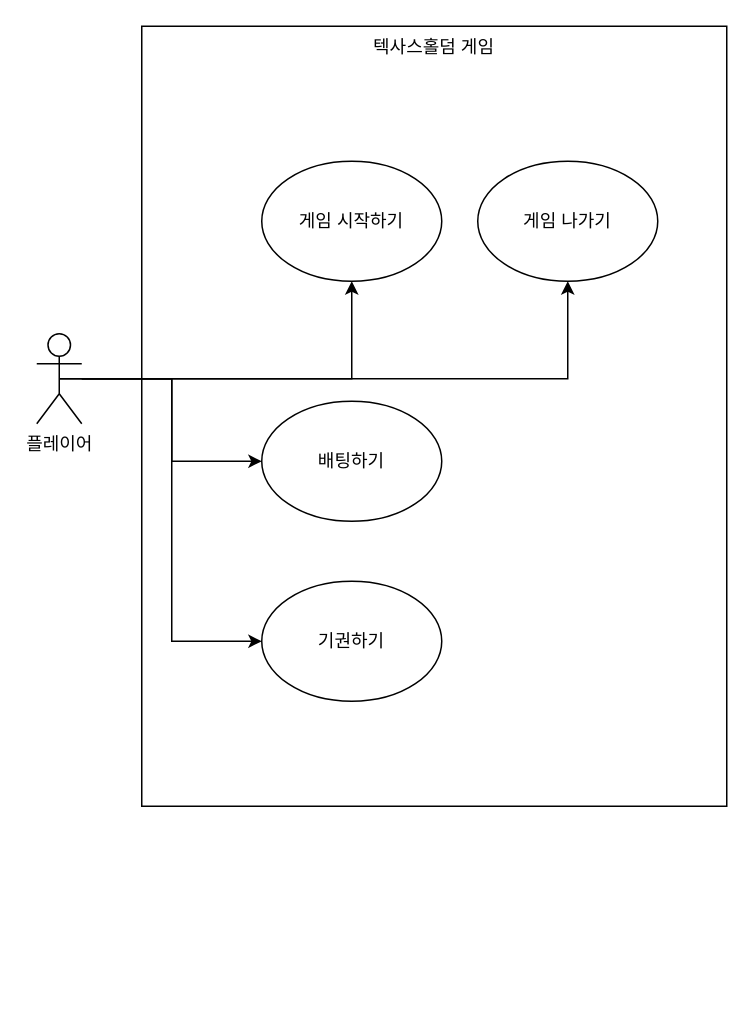
Above: Untitled Diagram.drawio in seonmin8284/Poker (draw.io), before the change. Source tidied: cells renumbered, new cells numbered last; positions are measured from the earlier drawing's top-left corner, leaving out a move shared by most shapes. Both pictures are drawn from the tidied source at 150%, with x=0, y=0 at pixel (36, 26).
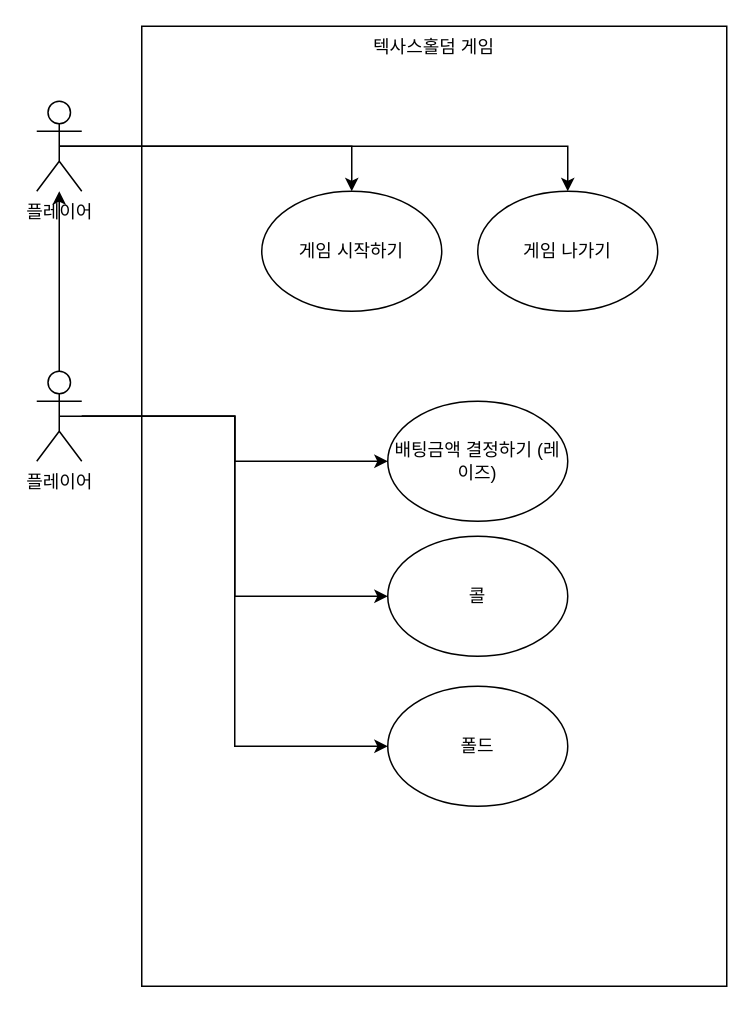
The same diagram, later.

Change to the diagram source:
```diff
@@
 <mxGraphModel>
   <root>
     <mxCell id="0" />
     <mxCell id="1" parent="0" />
     <mxCell id="2" value="텍사스홀덤 게임" style="rounded=0;whiteSpace=wrap;html=1;verticalAlign=top;" parent="1" vertex="1">
-      <mxGeometry x="70" width="390" height="520" as="geometry" />
+      <mxGeometry x="70" width="390" height="640" as="geometry" />
     </mxCell>
-    <mxCell id="3" style="edgeStyle=orthogonalEdgeStyle;rounded=0;jettySize=auto;html=1;exitX=0.5;exitY=0.5;exitDx=0;exitDy=0;exitPerimeter=0;" parent="1" edge="1" source="6" target="11">
-      <mxGeometry relative="1" as="geometry" />
+    <mxCell id="3" style="edgeStyle=orthogonalEdgeStyle;rounded=0;jettySize=auto;html=1;exitX=0.5;exitY=0.5;exitDx=0;exitDy=0;exitPerimeter=0;" parent="1" edge="1" source="15" target="11">
+      <mxGeometry relative="1" as="geometry">
+        <Array as="points">
+          <mxPoint x="354" y="80" />
+        </Array>
+      </mxGeometry>
     </mxCell>
     <mxCell id="4" style="edgeStyle=orthogonalEdgeStyle;rounded=0;jettySize=auto;html=1;entryX=0;entryY=0.5;entryDx=0;entryDy=0;" parent="1" edge="1" source="6" target="9">
       <mxGeometry relative="1" as="geometry" />
     </mxCell>
     <mxCell id="5" style="edgeStyle=orthogonalEdgeStyle;rounded=0;jettySize=auto;html=1;entryX=0;entryY=0.5;entryDx=0;entryDy=0;" parent="1" edge="1" source="6" target="10">
       <mxGeometry relative="1" as="geometry" />
     </mxCell>
+    <mxCell id="12" style="edgeStyle=orthogonalEdgeStyle;rounded=0;jettySize=auto;html=1;exitX=0.5;exitY=0.5;exitDx=0;exitDy=0;exitPerimeter=0;entryX=0;entryY=0.5;entryDx=0;entryDy=0;" parent="1" edge="1" source="6" target="14">
+      <mxGeometry relative="1" as="geometry" />
+    </mxCell>
+    <mxCell id="13" style="edgeStyle=orthogonalEdgeStyle;rounded=0;jettySize=auto;html=1;exitX=0.5;exitY=0;exitDx=0;exitDy=0;exitPerimeter=0;" parent="1" edge="1" source="6" target="15">
+      <mxGeometry relative="1" as="geometry" />
+    </mxCell>
     <mxCell id="6" value="플레이어" style="shape=umlActor;verticalLabelPosition=bottom;verticalAlign=top;html=1;outlineConnect=0;" parent="1" vertex="1">
-      <mxGeometry y="205" width="30" height="60" as="geometry" />
+      <mxGeometry y="230" width="30" height="60" as="geometry" />
     </mxCell>
-    <mxCell id="7" style="edgeStyle=orthogonalEdgeStyle;rounded=0;jettySize=auto;html=1;endArrow=classic;endFill=1;exitX=0.5;exitY=0.5;exitDx=0;exitDy=0;exitPerimeter=0;" parent="1" edge="1" source="6" target="8">
+    <mxCell id="7" style="edgeStyle=orthogonalEdgeStyle;rounded=0;jettySize=auto;html=1;endArrow=classic;endFill=1;exitX=0.5;exitY=0.5;exitDx=0;exitDy=0;exitPerimeter=0;" parent="1" edge="1" source="15" target="8">
       <mxGeometry relative="1" as="geometry">
         <Array as="points">
-          <mxPoint x="210" y="235" />
+          <mxPoint x="210" y="80" />
         </Array>
       </mxGeometry>
     </mxCell>
     <mxCell id="8" value="게임 시작하기" style="ellipse;whiteSpace=wrap;html=1;" parent="1" vertex="1">
-      <mxGeometry x="150" y="90" width="120" height="80" as="geometry" />
+      <mxGeometry x="150" y="110" width="120" height="80" as="geometry" />
     </mxCell>
-    <mxCell id="9" value="배팅하기" style="ellipse;whiteSpace=wrap;html=1;" parent="1" vertex="1">
-      <mxGeometry x="150" y="250" width="120" height="80" as="geometry" />
+    <mxCell id="9" value="배팅금액 결정하기 (레이즈)" style="ellipse;whiteSpace=wrap;html=1;" parent="1" vertex="1">
+      <mxGeometry x="234" y="250" width="120" height="80" as="geometry" />
     </mxCell>
-    <mxCell id="10" value="기권하기" style="ellipse;whiteSpace=wrap;html=1;" parent="1" vertex="1">
-      <mxGeometry x="150" y="370" width="120" height="80" as="geometry" />
+    <mxCell id="10" value="콜" style="ellipse;whiteSpace=wrap;html=1;" parent="1" vertex="1">
+      <mxGeometry x="234" y="340" width="120" height="80" as="geometry" />
     </mxCell>
     <mxCell id="11" value="게임 나가기" style="ellipse;whiteSpace=wrap;html=1;" parent="1" vertex="1">
-      <mxGeometry x="294" y="90" width="120" height="80" as="geometry" />
+      <mxGeometry x="294" y="110" width="120" height="80" as="geometry" />
     </mxCell>
+    <mxCell id="14" value="폴드" style="ellipse;whiteSpace=wrap;html=1;" parent="1" vertex="1">
+      <mxGeometry x="234" y="440" width="120" height="80" as="geometry" />
+    </mxCell>
+    <mxCell id="15" value="플레이어" style="shape=umlActor;verticalLabelPosition=bottom;verticalAlign=top;html=1;outlineConnect=0;" parent="1" vertex="1">
+      <mxGeometry y="50" width="30" height="60" as="geometry" />
+    </mxCell>
   </root>
 </mxGraphModel>
```
